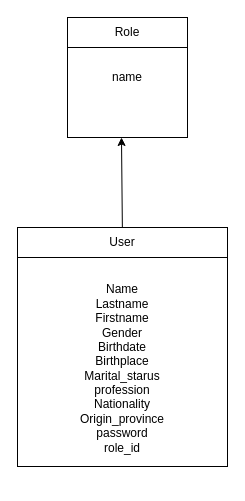
Earlier version of the draw.io diagram database_schema.drawio (jordanmosongo/kinidentity-nest-api). Source tidied: cells renumbered, new cells numbered last; positions are measured from the earlier drawing's top-left corner, leaving out a move shared by most shapes. Both pictures are drawn from the tidied source at 100%, with x=0, y=0 at pixel (17, 17).
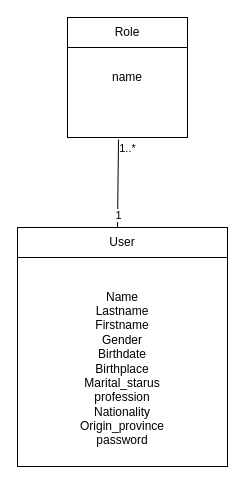
The same page after the edit.

What changed in the source:
```diff
@@
 <mxGraphModel>
   <root>
     <mxCell id="0" />
     <mxCell id="1" parent="0" />
-    <mxCell id="2" value="&lt;br&gt;&lt;br&gt;&lt;br&gt;Name&lt;br&gt;Lastname&lt;br&gt;Firstname&lt;br&gt;Gender&lt;br&gt;Birthdate&lt;br&gt;Birthplace&lt;br&gt;Marital_starus&lt;br&gt;profession&lt;br&gt;Nationality&lt;br&gt;Origin_province&lt;br&gt;password&lt;br&gt;role_id&lt;br&gt;&lt;br&gt;&lt;br&gt;" style="whiteSpace=wrap;html=1;" parent="1" vertex="1">
+    <mxCell id="2" value="&lt;br&gt;&lt;br&gt;&lt;br&gt;Name&lt;br&gt;Lastname&lt;br&gt;Firstname&lt;br&gt;Gender&lt;br&gt;Birthdate&lt;br&gt;Birthplace&lt;br&gt;Marital_starus&lt;br&gt;profession&lt;br&gt;Nationality&lt;br&gt;Origin_province&lt;br&gt;password&lt;br&gt;&lt;br&gt;&lt;br&gt;" style="whiteSpace=wrap;html=1;" parent="1" vertex="1">
       <mxGeometry y="239" width="210" height="210" as="geometry" />
     </mxCell>
-    <mxCell id="3" style="edgeStyle=none;html=1;entryX=0.45;entryY=1;entryDx=0;entryDy=0;entryPerimeter=0;" parent="1" edge="1" source="4" target="6">
-      <mxGeometry relative="1" as="geometry" />
-    </mxCell>
     <mxCell id="4" value="User" style="rounded=0;whiteSpace=wrap;html=1;" parent="1" vertex="1">
       <mxGeometry y="210" width="210" height="30" as="geometry" />
     </mxCell>
     <mxCell id="5" style="group;" parent="1" vertex="1">
       <mxGeometry x="50" width="120" height="150" as="geometry" />
     </mxCell>
     <mxCell id="6" value="name" style="whiteSpace=wrap;html=1;" parent="5" vertex="1">
       <mxGeometry width="120" height="120" as="geometry" />
     </mxCell>
     <mxCell id="7" value="Role" style="rounded=0;whiteSpace=wrap;html=1;" parent="5" vertex="1">
       <mxGeometry width="120" height="30" as="geometry" />
     </mxCell>
+    <mxCell id="8" style="endArrow=none;html=1;entryX=0.425;entryY=1.017;entryDx=0;entryDy=0;entryPerimeter=0;" parent="1" edge="1" target="6">
+      <mxGeometry relative="1" as="geometry">
+        <mxPoint x="100" y="210" as="sourcePoint" />
+      </mxGeometry>
+    </mxCell>
+    <mxCell id="9" value="1..*" style="edgeLabel;html=1;align=center;verticalAlign=middle;" parent="8" vertex="1">
+      <mxGeometry x="0.57" relative="1" as="geometry">
+        <mxPoint x="9" y="-11" as="offset" />
+      </mxGeometry>
+    </mxCell>
+    <mxCell id="10" value="1" style="edgeLabel;html=1;align=center;verticalAlign=middle;" parent="8" vertex="1">
+      <mxGeometry x="-0.7" relative="1" as="geometry" />
+    </mxCell>
   </root>
 </mxGraphModel>
```
